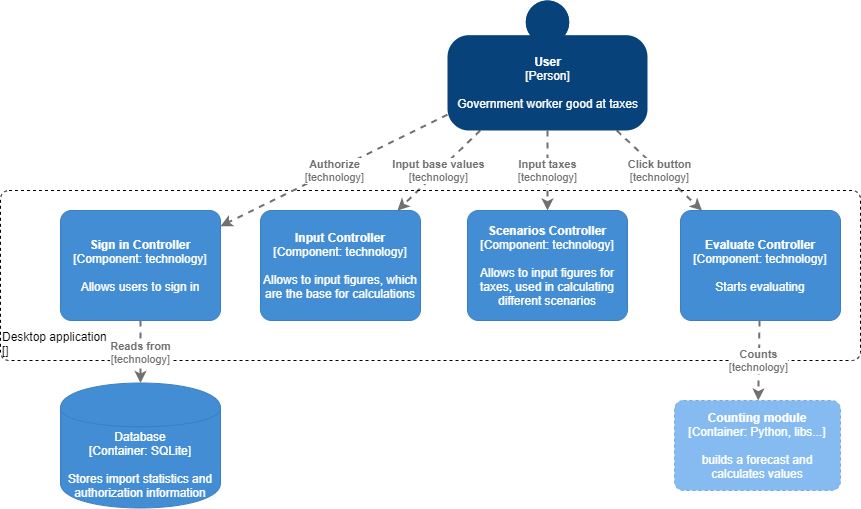
This is Lab Work №2/docs/diagram3.png from BezvEduard/PAPS, a draw.io export, as it was before one commit. Source tidied: cells renumbered, new cells last; positions are measured from the earlier drawing's top-left corner, leaving out a move shared by most shapes.
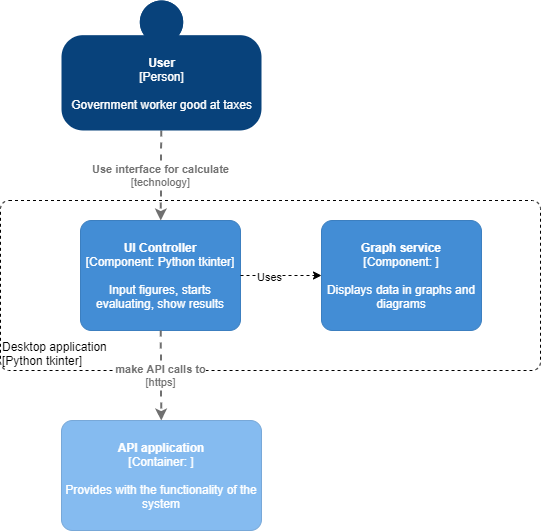
After the commit.

What changed in the source:
```diff
@@ -2,75 +2,46 @@
   <root>
     <mxCell id="0" />
     <mxCell id="1" parent="0" />
-    <object id="2" label="&lt;b&gt;%c4Name%&lt;/b&gt;&lt;div&gt;[%c4Type%: %c4Technology%]&lt;/div&gt;&lt;br&gt;&lt;div&gt;%c4Description%&lt;/div&gt;" c4Description="builds a forecast and calculates values" c4Name="Counting module" c4Technology="Python, libs..." c4Type="Container" placeholders="1">
-      <mxCell style="rounded=1;whiteSpace=wrap;html=1;labelBackgroundColor=none;fillColor=#85BBF0;fontColor=#ffffff;align=center;arcSize=10;strokeColor=#78A8D8;metaData={&quot;c4Type&quot;:{&quot;editable&quot;:false}};points=[[0.25,0,0],[0.5,0,0],[0.75,0,0],[1,0.25,0],[1,0.5,0],[1,0.75,0],[0.75,1,0],[0.5,1,0],[0.25,1,0],[0,0.75,0],[0,0.5,0],[0,0.25,0]];glass=0;dashed=1;" parent="1" vertex="1">
-        <mxGeometry x="674" y="400" width="166" height="90" as="geometry" />
+    <object id="2" label="&lt;div style=&quot;text-align: left&quot;&gt;%c4Name%&lt;/div&gt;&lt;div style=&quot;text-align: left&quot;&gt;[%c4Application%]&lt;/div&gt;" c4Application="Python tkinter" c4Name="Desktop application" c4Type="ExecutionEnvironment" placeholders="1">
+      <mxCell style="rounded=1;whiteSpace=wrap;html=1;labelBackgroundColor=none;fontColor=#000000;align=left;arcSize=5;strokeColor=#000000;verticalAlign=bottom;metaData={&quot;c4Type&quot;:{&quot;editable&quot;:false}};points=[[0.25,0,0],[0.5,0,0],[0.75,0,0],[1,0.25,0],[1,0.5,0],[1,0.75,0],[0.75,1,0],[0.5,1,0],[0.25,1,0],[0,0.75,0],[0,0.5,0],[0,0.25,0]];glass=0;dashed=1;fillColor=none;" parent="1" vertex="1">
+        <mxGeometry x="-70" y="-300" width="540" height="170" as="geometry" />
       </mxCell>
     </object>
-    <object id="3" label="&lt;b&gt;%c4Name%&lt;/b&gt;&lt;div&gt;[%c4Type%: %c4Technology%]&lt;/div&gt;&lt;br&gt;&lt;div&gt;%c4Description%&lt;/div&gt;" c4Description="Allows to input figures for taxes, used in calculating different scenarios" c4Name="Scenarios Controller" c4Technology="technology" c4Type="Component" placeholders="1">
+    <object id="3" label="&lt;b&gt;%c4Name%&lt;/b&gt;&lt;div&gt;[%c4Type%: %c4Technology%]&lt;/div&gt;&lt;br&gt;&lt;div&gt;%c4Description%&lt;/div&gt;" c4Description="Input figures, starts evaluating, show results" c4Name="UI Controller" c4Technology="Python tkinter" c4Type="Component" placeholders="1">
       <mxCell style="rounded=1;whiteSpace=wrap;html=1;labelBackgroundColor=none;fillColor=#438DD5;fontColor=#ffffff;align=center;arcSize=10;strokeColor=#3C7FC0;metaData={&quot;c4Type&quot;:{&quot;editable&quot;:false}};points=[[0.25,0,0],[0.5,0,0],[0.75,0,0],[1,0.25,0],[1,0.5,0],[1,0.75,0],[0.75,1,0],[0.5,1,0],[0.25,1,0],[0,0.75,0],[0,0.5,0],[0,0.25,0]];" parent="1" vertex="1">
-        <mxGeometry x="467" y="210" width="160" height="110" as="geometry" />
+        <mxGeometry x="10" y="-280" width="160" height="110" as="geometry" />
       </mxCell>
     </object>
-    <object id="4" label="&lt;b&gt;%c4Name%&lt;/b&gt;&lt;div&gt;[%c4Type%: %c4Technology%]&lt;/div&gt;&lt;br&gt;&lt;div&gt;%c4Description%&lt;/div&gt;" c4Description="Allows to input figures, which are the base for calculations" c4Name="Input Controller" c4Technology="technology" c4Type="Component" placeholders="1">
-      <mxCell style="rounded=1;whiteSpace=wrap;html=1;labelBackgroundColor=none;fillColor=#438DD5;fontColor=#ffffff;align=center;arcSize=10;strokeColor=#3C7FC0;metaData={&quot;c4Type&quot;:{&quot;editable&quot;:false}};points=[[0.25,0,0],[0.5,0,0],[0.75,0,0],[1,0.25,0],[1,0.5,0],[1,0.75,0],[0.75,1,0],[0.5,1,0],[0.25,1,0],[0,0.75,0],[0,0.5,0],[0,0.25,0]];" parent="1" vertex="1">
-        <mxGeometry x="260" y="210" width="160" height="110" as="geometry" />
+    <object id="4" label="&lt;div style=&quot;text-align: left&quot;&gt;&lt;div style=&quot;text-align: center&quot;&gt;&lt;b&gt;%c4Description%&lt;/b&gt;&lt;/div&gt;&lt;div style=&quot;text-align: center&quot;&gt;[%c4Technology%]&lt;/div&gt;&lt;/div&gt;" c4Description="Use interface for calculate" c4Technology="technology" c4Type="Relationship" placeholders="1">
+      <mxCell style="edgeStyle=none;rounded=0;html=1;jettySize=auto;strokeColor=#707070;strokeWidth=2;fontColor=#707070;jumpStyle=none;dashed=1;metaData={&quot;c4Type&quot;:{&quot;editable&quot;:false}};" parent="1" edge="1" source="5" target="3">
+        <mxGeometry relative="1" as="geometry" />
       </mxCell>
     </object>
-    <object id="5" label="&lt;div style=&quot;text-align: left&quot;&gt;&lt;div style=&quot;text-align: center&quot;&gt;&lt;b&gt;%c4Description%&lt;/b&gt;&lt;/div&gt;&lt;div style=&quot;text-align: center&quot;&gt;[%c4Technology%]&lt;/div&gt;&lt;/div&gt;" c4Description="Input base values" c4Technology="technology" c4Type="Relationship" placeholders="1">
-      <mxCell style="edgeStyle=none;rounded=0;html=1;jettySize=auto;strokeColor=#707070;strokeWidth=2;fontColor=#707070;jumpStyle=none;dashed=1;metaData={&quot;c4Type&quot;:{&quot;editable&quot;:false}};" parent="1" edge="1" source="9" target="4">
-        <mxGeometry relative="1" as="geometry" />
+    <object id="5" label="&lt;b&gt;%c4Name%&lt;/b&gt;&lt;div&gt;[%c4Type%]&lt;/div&gt;&lt;br&gt;&lt;div&gt;%c4Description%&lt;/div&gt;" c4Description="Government worker good at taxes" c4Name="User" c4Type="Person" placeholders="1">
+      <mxCell style="html=1;dashed=0;whitespace=wrap;fillColor=#08427b;strokeColor=none;fontColor=#ffffff;shape=mxgraph.c4.person;align=center;points=[[0.5,0,0],[1,0.5,0],[1,0.75,0],[0.75,1,0],[0.5,1,0],[0.25,1,0],[0,0.75,0],[0,0.5,0]];metaData={&quot;c4Type&quot;:{&quot;editable&quot;:false}};" parent="1" vertex="1">
+        <mxGeometry x="-9" y="-500" width="200" height="130" as="geometry" />
       </mxCell>
     </object>
-    <object id="6" label="&lt;div style=&quot;text-align: left&quot;&gt;&lt;div style=&quot;text-align: center&quot;&gt;&lt;b&gt;%c4Description%&lt;/b&gt;&lt;/div&gt;&lt;div style=&quot;text-align: center&quot;&gt;[%c4Technology%]&lt;/div&gt;&lt;/div&gt;" c4Description="Input taxes" c4Technology="technology" c4Type="Relationship" placeholders="1">
-      <mxCell style="edgeStyle=none;rounded=0;html=1;jettySize=auto;strokeColor=#707070;strokeWidth=2;fontColor=#707070;jumpStyle=none;dashed=1;metaData={&quot;c4Type&quot;:{&quot;editable&quot;:false}};" parent="1" edge="1" source="9" target="3">
+    <object id="6" label="&lt;div style=&quot;text-align: left&quot;&gt;&lt;div style=&quot;text-align: center&quot;&gt;&lt;b&gt;%c4Description%&lt;/b&gt;&lt;/div&gt;&lt;div style=&quot;text-align: center&quot;&gt;[%c4Technology%]&lt;/div&gt;&lt;/div&gt;" c4Description="make API calls to" c4Technology="https" c4Type="Relationship" placeholders="1">
+      <mxCell style="edgeStyle=none;rounded=0;html=1;jettySize=auto;strokeColor=#707070;strokeWidth=2;fontColor=#707070;jumpStyle=none;dashed=1;metaData={&quot;c4Type&quot;:{&quot;editable&quot;:false}};" parent="1" edge="1" source="3" target="7">
         <mxGeometry relative="1" as="geometry" />
       </mxCell>
     </object>
-    <object id="7" label="&lt;b&gt;%c4Name%&lt;/b&gt;&lt;div&gt;[%c4Type%: %c4Technology%]&lt;/div&gt;&lt;br&gt;&lt;div&gt;%c4Description%&lt;/div&gt;" c4Description="Starts evaluating" c4Name="Evaluate Controller" c4Technology="technology" c4Type="Component" placeholders="1">
-      <mxCell style="rounded=1;whiteSpace=wrap;html=1;labelBackgroundColor=none;fillColor=#438DD5;fontColor=#ffffff;align=center;arcSize=10;strokeColor=#3C7FC0;metaData={&quot;c4Type&quot;:{&quot;editable&quot;:false}};points=[[0.25,0,0],[0.5,0,0],[0.75,0,0],[1,0.25,0],[1,0.5,0],[1,0.75,0],[0.75,1,0],[0.5,1,0],[0.25,1,0],[0,0.75,0],[0,0.5,0],[0,0.25,0]];" parent="1" vertex="1">
-        <mxGeometry x="680" y="210" width="160" height="110" as="geometry" />
+    <object id="7" label="&lt;b&gt;%c4Name%&lt;/b&gt;&lt;div&gt;[%c4Type%: %c4Technology%]&lt;/div&gt;&lt;br&gt;&lt;div&gt;%c4Description%&lt;/div&gt;" c4Description="Provides with the functionality of the system" c4Name="API application" c4Technology="" c4Type="Container" placeholders="1">
+      <mxCell style="rounded=1;whiteSpace=wrap;html=1;labelBackgroundColor=none;fillColor=#85BBF0;fontColor=#ffffff;align=center;arcSize=10;strokeColor=#78A8D8;metaData={&quot;c4Type&quot;:{&quot;editable&quot;:false}};points=[[0.25,0,0],[0.5,0,0],[0.75,0,0],[1,0.25,0],[1,0.5,0],[1,0.75,0],[0.75,1,0],[0.5,1,0],[0.25,1,0],[0,0.75,0],[0,0.5,0],[0,0.25,0]];" parent="1" vertex="1">
+        <mxGeometry x="-9" y="-80" width="200" height="110" as="geometry" />
       </mxCell>
     </object>
-    <object id="8" label="&lt;div style=&quot;text-align: left&quot;&gt;&lt;div style=&quot;text-align: center&quot;&gt;&lt;b&gt;%c4Description%&lt;/b&gt;&lt;/div&gt;&lt;div style=&quot;text-align: center&quot;&gt;[%c4Technology%]&lt;/div&gt;&lt;/div&gt;" c4Description="Click button" c4Technology="technology" c4Type="Relationship" placeholders="1">
-      <mxCell style="edgeStyle=none;rounded=0;html=1;jettySize=auto;strokeColor=#707070;strokeWidth=2;fontColor=#707070;jumpStyle=none;dashed=1;metaData={&quot;c4Type&quot;:{&quot;editable&quot;:false}};" parent="1" edge="1" source="9" target="7">
-        <mxGeometry relative="1" as="geometry" />
+    <object id="8" label="&lt;b&gt;%c4Name%&lt;/b&gt;&lt;div&gt;[%c4Type%: %c4Technology%]&lt;/div&gt;&lt;br&gt;&lt;div&gt;%c4Description%&lt;/div&gt;" c4Description="Displays data in graphs and diagrams" c4Name="Graph service" c4Technology="" c4Type="Component" placeholders="1">
+      <mxCell style="rounded=1;whiteSpace=wrap;html=1;labelBackgroundColor=none;fillColor=#438DD5;fontColor=#ffffff;align=center;arcSize=10;strokeColor=#3C7FC0;metaData={&quot;c4Type&quot;:{&quot;editable&quot;:false}};points=[[0.25,0,0],[0.5,0,0],[0.75,0,0],[1,0.25,0],[1,0.5,0],[1,0.75,0],[0.75,1,0],[0.5,1,0],[0.25,1,0],[0,0.75,0],[0,0.5,0],[0,0.25,0]];" parent="1" vertex="1">
+        <mxGeometry x="251" y="-280" width="160" height="110" as="geometry" />
       </mxCell>
     </object>
-    <object id="9" label="&lt;b&gt;%c4Name%&lt;/b&gt;&lt;div&gt;[%c4Type%]&lt;/div&gt;&lt;br&gt;&lt;div&gt;%c4Description%&lt;/div&gt;" c4Description="Government worker good at taxes" c4Name="User" c4Type="Person" placeholders="1">
-      <mxCell style="html=1;dashed=0;whitespace=wrap;fillColor=#08427b;strokeColor=none;fontColor=#ffffff;shape=mxgraph.c4.person;align=center;points=[[0.5,0,0],[1,0.5,0],[1,0.75,0],[0.75,1,0],[0.5,1,0],[0.25,1,0],[0,0.75,0],[0,0.5,0]];metaData={&quot;c4Type&quot;:{&quot;editable&quot;:false}};" parent="1" vertex="1">
-        <mxGeometry x="447" width="200" height="130" as="geometry" />
-      </mxCell>
-    </object>
+    <mxCell id="9" style="rounded=0;jettySize=auto;html=1;dashed=1;" parent="1" edge="1" source="3" target="8">
+      <mxGeometry relative="1" as="geometry" />
+    </mxCell>
-    <object id="10" label="&lt;div style=&quot;text-align: left&quot;&gt;%c4Name%&lt;/div&gt;&lt;div style=&quot;text-align: left&quot;&gt;[%c4Application%]&lt;/div&gt;" c4Application="" c4Name="Desktop application" c4Type="ExecutionEnvironment" placeholders="1">
-      <mxCell style="rounded=1;whiteSpace=wrap;html=1;labelBackgroundColor=none;fontColor=#000000;align=left;arcSize=5;strokeColor=#000000;verticalAlign=bottom;metaData={&quot;c4Type&quot;:{&quot;editable&quot;:false}};glass=0;dashed=1;fillColor=none;" parent="1" vertex="1">
-        <mxGeometry y="190" width="860" height="170" as="geometry" />
-      </mxCell>
-    </object>
+    <mxCell id="10" value="Uses" style="edgeLabel;html=1;align=center;verticalAlign=middle;" parent="9" vertex="1">
+      <mxGeometry x="-0.29" y="-1" relative="1" as="geometry" />
+    </mxCell>
-    <object id="11" label="&lt;div style=&quot;text-align: left&quot;&gt;&lt;div style=&quot;text-align: center&quot;&gt;&lt;b&gt;%c4Description%&lt;/b&gt;&lt;/div&gt;&lt;div style=&quot;text-align: center&quot;&gt;[%c4Technology%]&lt;/div&gt;&lt;/div&gt;" c4Description="Counts" c4Technology="technology" c4Type="Relationship" placeholders="1">
-      <mxCell style="edgeStyle=none;rounded=0;html=1;jettySize=auto;strokeColor=#707070;strokeWidth=2;fontColor=#707070;jumpStyle=none;dashed=1;metaData={&quot;c4Type&quot;:{&quot;editable&quot;:false}};" parent="1" edge="1" source="7" target="2">
-        <mxGeometry relative="1" as="geometry" />
-      </mxCell>
-    </object>
-    <object id="12" label="%c4Type%&lt;div&gt;[Container:&amp;nbsp;%c4Technology%]&lt;/div&gt;&lt;br&gt;&lt;div&gt;%c4Description%&lt;/div&gt;" c4Description="Stores import statistics and authorization information" c4Technology="SQLite" c4Type="Database" placeholders="1">
-      <mxCell style="shape=cylinder;whiteSpace=wrap;html=1;boundedLbl=1;rounded=0;labelBackgroundColor=none;fillColor=#438DD5;fontSize=12;fontColor=#ffffff;align=center;strokeColor=#3C7FC0;points=[[0.5,0,0],[1,0.25,0],[1,0.5,0],[1,0.75,0],[0.5,1,0],[0,0.75,0],[0,0.5,0],[0,0.25,0]];metaData={&quot;c4Type&quot;:{&quot;editable&quot;:false}};" parent="1" vertex="1">
-        <mxGeometry x="60" y="382.5" width="160" height="125" as="geometry" />
-      </mxCell>
-    </object>
-    <object id="13" label="&lt;b&gt;%c4Name%&lt;/b&gt;&lt;div&gt;[%c4Type%: %c4Technology%]&lt;/div&gt;&lt;br&gt;&lt;div&gt;%c4Description%&lt;/div&gt;" c4Description="Allows users to sign in" c4Name="Sign in Controller" c4Technology="technology" c4Type="Component" placeholders="1">
-      <mxCell style="rounded=1;whiteSpace=wrap;html=1;labelBackgroundColor=none;fillColor=#438DD5;fontColor=#ffffff;align=center;arcSize=10;strokeColor=#3C7FC0;metaData={&quot;c4Type&quot;:{&quot;editable&quot;:false}};points=[[0.25,0,0],[0.5,0,0],[0.75,0,0],[1,0.25,0],[1,0.5,0],[1,0.75,0],[0.75,1,0],[0.5,1,0],[0.25,1,0],[0,0.75,0],[0,0.5,0],[0,0.25,0]];" parent="1" vertex="1">
-        <mxGeometry x="60" y="210" width="160" height="110" as="geometry" />
-      </mxCell>
-    </object>
-    <object id="14" label="&lt;div style=&quot;text-align: left&quot;&gt;&lt;div style=&quot;text-align: center&quot;&gt;&lt;b&gt;%c4Description%&lt;/b&gt;&lt;/div&gt;&lt;div style=&quot;text-align: center&quot;&gt;[%c4Technology%]&lt;/div&gt;&lt;/div&gt;" c4Description="Reads from" c4Technology="technology" c4Type="Relationship" placeholders="1">
-      <mxCell style="edgeStyle=none;rounded=0;html=1;jettySize=auto;strokeColor=#707070;strokeWidth=2;fontColor=#707070;jumpStyle=none;dashed=1;metaData={&quot;c4Type&quot;:{&quot;editable&quot;:false}};" parent="1" edge="1" source="13" target="12">
-        <mxGeometry relative="1" as="geometry" />
-      </mxCell>
-    </object>
-    <object id="15" label="&lt;div style=&quot;text-align: left&quot;&gt;&lt;div style=&quot;text-align: center&quot;&gt;&lt;b&gt;%c4Description%&lt;/b&gt;&lt;/div&gt;&lt;div style=&quot;text-align: center&quot;&gt;[%c4Technology%]&lt;/div&gt;&lt;/div&gt;" c4Description="Authorize" c4Technology="technology" c4Type="Relationship" placeholders="1">
-      <mxCell style="edgeStyle=none;rounded=0;html=1;jettySize=auto;strokeColor=#707070;strokeWidth=2;fontColor=#707070;jumpStyle=none;dashed=1;metaData={&quot;c4Type&quot;:{&quot;editable&quot;:false}};" parent="1" edge="1" source="9" target="13">
-        <mxGeometry relative="1" as="geometry" />
-      </mxCell>
-    </object>
   </root>
 </mxGraphModel>
```
